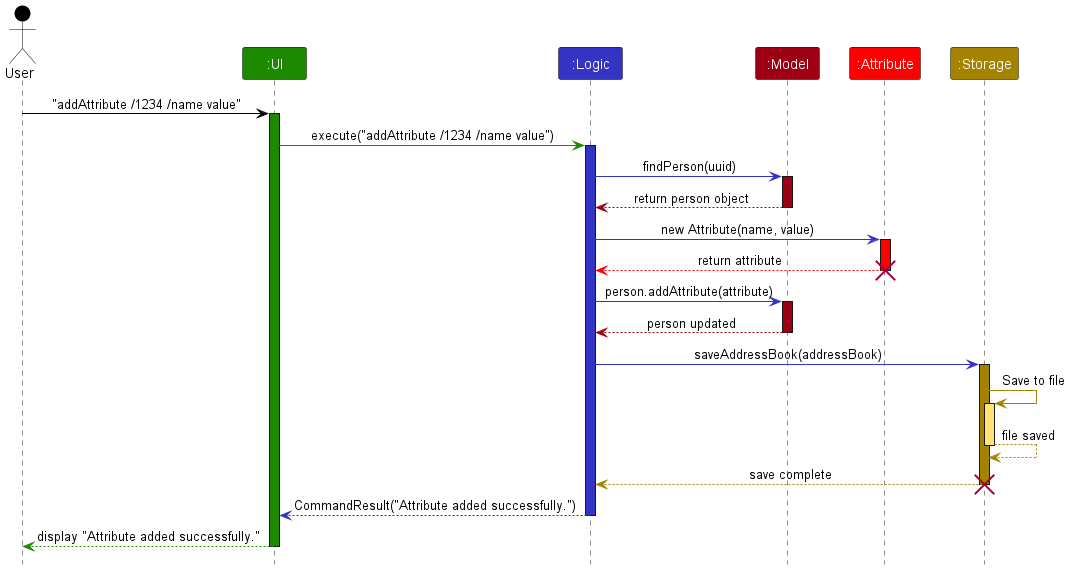
Earlier version of the PlantUML export docs/images/AttributeAdditionSequenceDiagram.png (Emberlynn-Loo/tp). Its diagram source:
```plantuml
@startuml
!include style.puml
skinparam ArrowFontStyle plain

Actor User as user USER_COLOR
Participant ":UI" as ui UI_COLOR
Participant ":Logic" as logic LOGIC_COLOR
Participant ":Model" as model MODEL_COLOR
Participant ":Attribute" as attribute ATTRIBUTE_COLOR
Participant ":Storage" as storage STORAGE_COLOR

user -[USER_COLOR]> ui : "addAttribute /1234 /name value"
activate ui UI_COLOR

ui -[UI_COLOR]> logic : execute("addAttribute /1234 /name value")
activate logic LOGIC_COLOR

logic -[LOGIC_COLOR]> model : findPerson(uuid)
activate model MODEL_COLOR

model --[MODEL_COLOR]> logic : return person object
deactivate model

logic -[LOGIC_COLOR]> attribute : new Attribute(name, value)
activate attribute ATTRIBUTE_COLOR

attribute --[ATTRIBUTE_COLOR]> logic : return attribute
deactivate attribute
destroy attribute

logic -[LOGIC_COLOR]> model : person.addAttribute(attribute)
activate model MODEL_COLOR

model --[MODEL_COLOR]> logic : person updated
deactivate model

logic -[LOGIC_COLOR]> storage : saveAddressBook(addressBook)
activate storage STORAGE_COLOR

storage -[STORAGE_COLOR]> storage : Save to file
activate storage STORAGE_COLOR_T1
storage --[STORAGE_COLOR]> storage : file saved
deactivate storage STORAGE_COLOR_T1

storage --[STORAGE_COLOR]> logic : save complete
deactivate storage
destroy storage

logic --[LOGIC_COLOR]> ui : CommandResult("Attribute added successfully.")
deactivate logic

ui--[UI_COLOR]> user : display "Attribute added successfully."
deactivate ui
@enduml
```
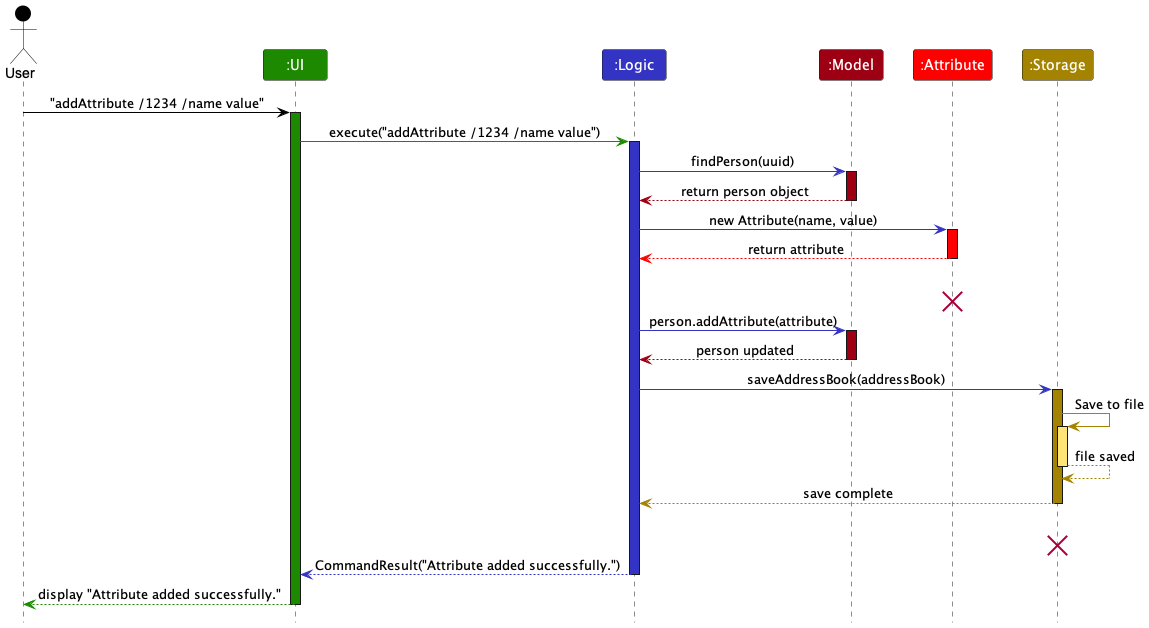
Later version of the same file.

What changed in the source:
```diff
@@ -26,6 +26,7 @@
 
 attribute --[ATTRIBUTE_COLOR]> logic : return attribute
 deactivate attribute
+attribute --[HIDDEN]> attribute : model
 destroy attribute
 
 logic -[LOGIC_COLOR]> model : person.addAttribute(attribute)
@@ -44,6 +45,7 @@
 
 storage --[STORAGE_COLOR]> logic : save complete
 deactivate storage
+storage --[HIDDEN]> storage : model
 destroy storage
 
 logic --[LOGIC_COLOR]> ui : CommandResult("Attribute added successfully.")
```
